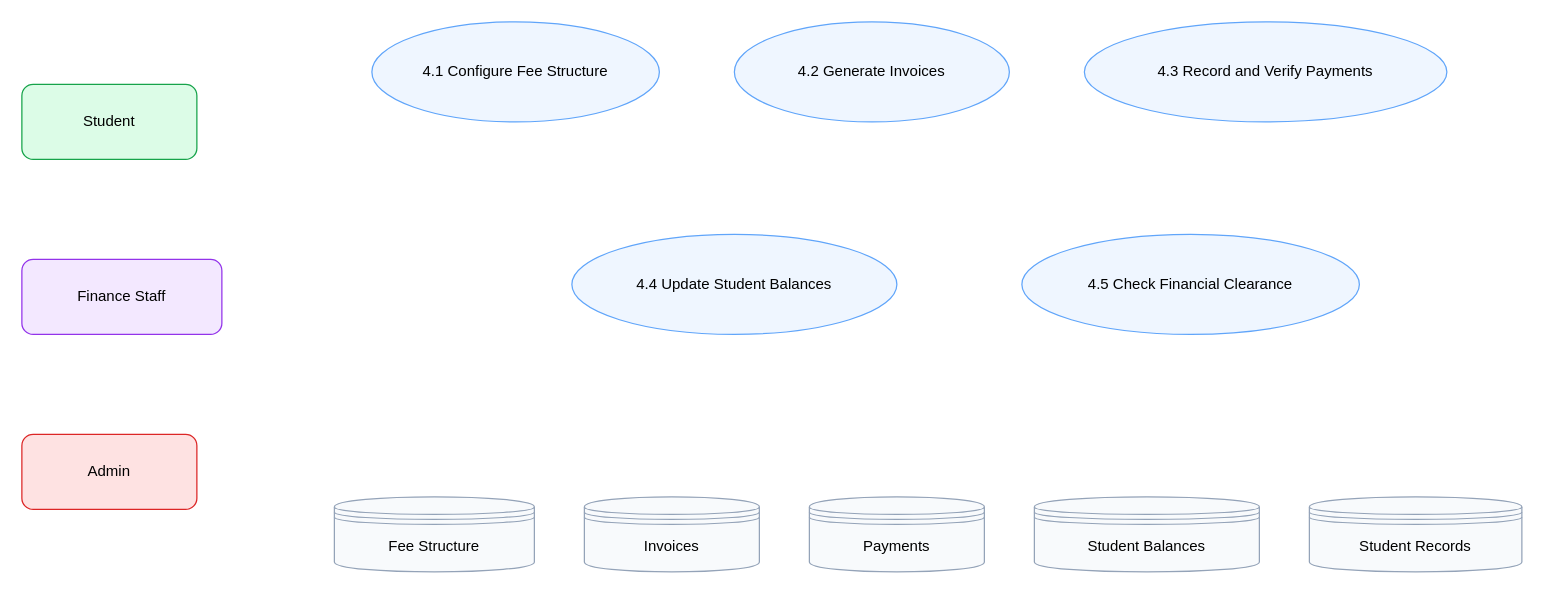
The draw.io diagram docs/diagrams/smns-dfd-level-2-finance.drawio in AROSOFTio/smns, before the edit. Source tidied: cells renumbered, new cells numbered last; positions are measured from the earlier drawing's top-left corner, leaving out a move shared by most shapes. Both pictures are drawn from the tidied source at 125%, with x=0, y=0 at pixel (21, 21).
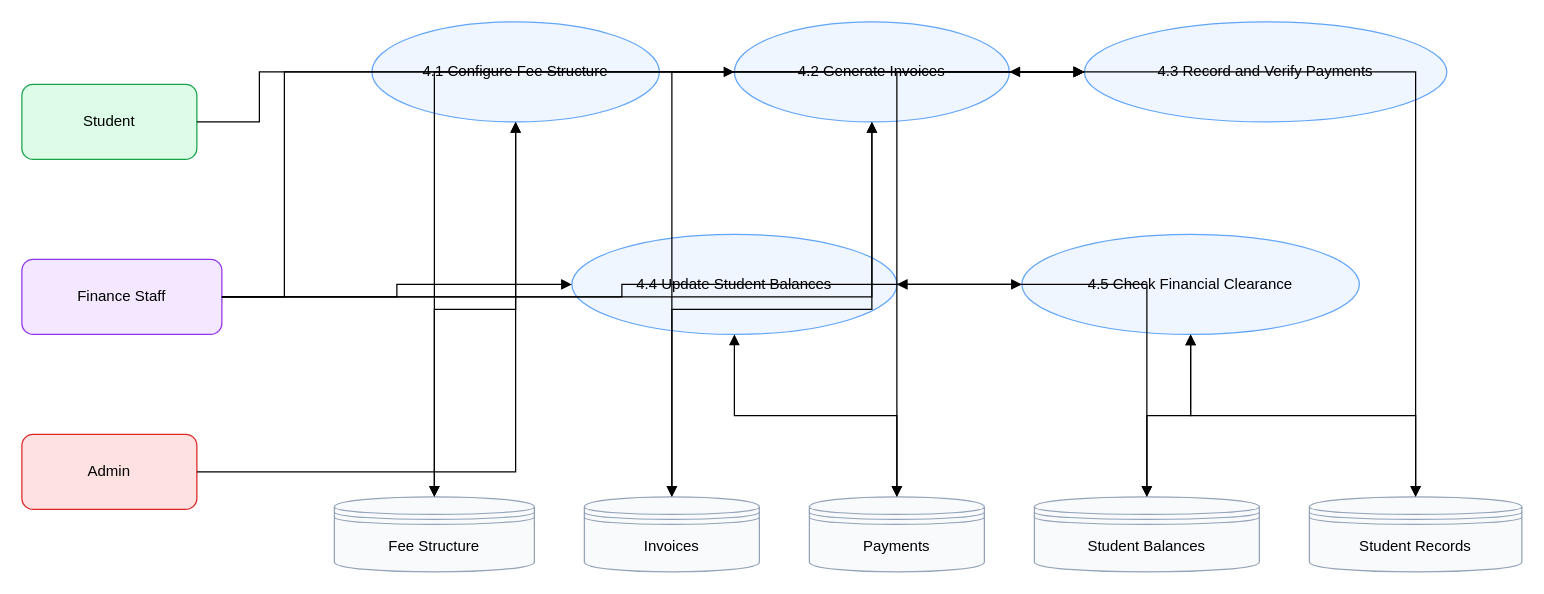
Above is the later version.

Unchanged cells that the change refers to:
```xml
<mxCell id="2" value="Student" style="rounded=1;whiteSpace=wrap;html=1;fillColor=#dcfce7;strokeColor=#16a34a;" parent="1" vertex="1">
  <mxGeometry y="50" width="140" height="60" as="geometry" />
</mxCell>
<mxCell id="3" value="Finance Staff" style="rounded=1;whiteSpace=wrap;html=1;fillColor=#f3e8ff;strokeColor=#9333ea;" parent="1" vertex="1">
  <mxGeometry y="190" width="160" height="60" as="geometry" />
</mxCell>
<mxCell id="4" value="Admin" style="rounded=1;whiteSpace=wrap;html=1;fillColor=#fee2e2;strokeColor=#dc2626;" parent="1" vertex="1">
  <mxGeometry y="330" width="140" height="60" as="geometry" />
</mxCell>
<mxCell id="5" value="4.1 Configure Fee Structure" style="ellipse;whiteSpace=wrap;html=1;fillColor=#eff6ff;strokeColor=#60a5fa;" parent="1" vertex="1">
  <mxGeometry x="280" width="230" height="80" as="geometry" />
</mxCell>
<mxCell id="6" value="4.2 Generate Invoices" style="ellipse;whiteSpace=wrap;html=1;fillColor=#eff6ff;strokeColor=#60a5fa;" parent="1" vertex="1">
  <mxGeometry x="570" width="220" height="80" as="geometry" />
</mxCell>
<mxCell id="7" value="4.3 Record and Verify Payments" style="ellipse;whiteSpace=wrap;html=1;fillColor=#eff6ff;strokeColor=#60a5fa;" parent="1" vertex="1">
  <mxGeometry x="850" width="290" height="80" as="geometry" />
</mxCell>
<mxCell id="8" value="4.4 Update Student Balances" style="ellipse;whiteSpace=wrap;html=1;fillColor=#eff6ff;strokeColor=#60a5fa;" parent="1" vertex="1">
  <mxGeometry x="440" y="170" width="260" height="80" as="geometry" />
</mxCell>
<mxCell id="9" value="4.5 Check Financial Clearance" style="ellipse;whiteSpace=wrap;html=1;fillColor=#eff6ff;strokeColor=#60a5fa;" parent="1" vertex="1">
  <mxGeometry x="800" y="170" width="270" height="80" as="geometry" />
</mxCell>
<mxCell id="10" value="Fee Structure" style="shape=datastore;whiteSpace=wrap;html=1;fillColor=#f8fafc;strokeColor=#94a3b8;" parent="1" vertex="1">
  <mxGeometry x="250" y="380" width="160" height="60" as="geometry" />
</mxCell>
<mxCell id="11" value="Invoices" style="shape=datastore;whiteSpace=wrap;html=1;fillColor=#f8fafc;strokeColor=#94a3b8;" parent="1" vertex="1">
  <mxGeometry x="450" y="380" width="140" height="60" as="geometry" />
</mxCell>
<mxCell id="12" value="Payments" style="shape=datastore;whiteSpace=wrap;html=1;fillColor=#f8fafc;strokeColor=#94a3b8;" parent="1" vertex="1">
  <mxGeometry x="630" y="380" width="140" height="60" as="geometry" />
</mxCell>
<mxCell id="13" value="Student Balances" style="shape=datastore;whiteSpace=wrap;html=1;fillColor=#f8fafc;strokeColor=#94a3b8;" parent="1" vertex="1">
  <mxGeometry x="810" y="380" width="180" height="60" as="geometry" />
</mxCell>
<mxCell id="14" value="Student Records" style="shape=datastore;whiteSpace=wrap;html=1;fillColor=#f8fafc;strokeColor=#94a3b8;" parent="1" vertex="1">
  <mxGeometry x="1030" y="380" width="170" height="60" as="geometry" />
</mxCell>
```

Diff of the diagram source:
```diff
@@
+    <mxCell id="15" style="edgeStyle=orthogonalEdgeStyle;rounded=0;html=1;endArrow=block;" parent="1" edge="1" source="4" target="5">
+      <mxGeometry relative="1" as="geometry" />
+    </mxCell>
+    <mxCell id="16" style="edgeStyle=orthogonalEdgeStyle;rounded=0;html=1;endArrow=block;" parent="1" edge="1" source="3" target="6">
+      <mxGeometry relative="1" as="geometry" />
+    </mxCell>
+    <mxCell id="17" style="edgeStyle=orthogonalEdgeStyle;rounded=0;html=1;endArrow=block;" parent="1" edge="1" source="3" target="7">
+      <mxGeometry relative="1" as="geometry">
+        <Array as="points">
+          <mxPoint x="210" y="220" />
+          <mxPoint x="210" y="40" />
+        </Array>
+      </mxGeometry>
+    </mxCell>
+    <mxCell id="18" style="edgeStyle=orthogonalEdgeStyle;rounded=0;html=1;endArrow=block;" parent="1" edge="1" source="2" target="7">
+      <mxGeometry relative="1" as="geometry">
+        <Array as="points">
+          <mxPoint x="190" y="80" />
+          <mxPoint x="190" y="40" />
+        </Array>
+      </mxGeometry>
+    </mxCell>
+    <mxCell id="19" style="edgeStyle=orthogonalEdgeStyle;rounded=0;html=1;endArrow=block;" parent="1" edge="1" source="3" target="8">
+      <mxGeometry relative="1" as="geometry" />
+    </mxCell>
+    <mxCell id="20" style="edgeStyle=orthogonalEdgeStyle;rounded=0;html=1;endArrow=block;" parent="1" edge="1" source="3" target="9">
+      <mxGeometry relative="1" as="geometry" />
+    </mxCell>
+    <mxCell id="21" style="edgeStyle=orthogonalEdgeStyle;rounded=0;html=1;endArrow=block;startArrow=block;" parent="1" edge="1" source="5" target="10">
+      <mxGeometry relative="1" as="geometry" />
+    </mxCell>
+    <mxCell id="22" style="edgeStyle=orthogonalEdgeStyle;rounded=0;html=1;endArrow=block;startArrow=block;" parent="1" edge="1" source="6" target="10">
+      <mxGeometry relative="1" as="geometry" />
+    </mxCell>
+    <mxCell id="23" style="edgeStyle=orthogonalEdgeStyle;rounded=0;html=1;endArrow=block;startArrow=block;" parent="1" edge="1" source="6" target="11">
+      <mxGeometry relative="1" as="geometry" />
+    </mxCell>
+    <mxCell id="24" style="edgeStyle=orthogonalEdgeStyle;rounded=0;html=1;endArrow=block;startArrow=block;" parent="1" edge="1" source="6" target="14">
+      <mxGeometry relative="1" as="geometry" />
+    </mxCell>
+    <mxCell id="25" style="edgeStyle=orthogonalEdgeStyle;rounded=0;html=1;endArrow=block;startArrow=block;" parent="1" edge="1" source="7" target="12">
+      <mxGeometry relative="1" as="geometry" />
+    </mxCell>
+    <mxCell id="26" style="edgeStyle=orthogonalEdgeStyle;rounded=0;html=1;endArrow=block;startArrow=block;" parent="1" edge="1" source="7" target="11">
+      <mxGeometry relative="1" as="geometry" />
+    </mxCell>
+    <mxCell id="27" style="edgeStyle=orthogonalEdgeStyle;rounded=0;html=1;endArrow=block;startArrow=block;" parent="1" edge="1" source="8" target="12">
+      <mxGeometry relative="1" as="geometry" />
+    </mxCell>
+    <mxCell id="28" style="edgeStyle=orthogonalEdgeStyle;rounded=0;html=1;endArrow=block;startArrow=block;" parent="1" edge="1" source="8" target="13">
+      <mxGeometry relative="1" as="geometry" />
+    </mxCell>
+    <mxCell id="29" style="edgeStyle=orthogonalEdgeStyle;rounded=0;html=1;endArrow=block;startArrow=block;" parent="1" edge="1" source="9" target="13">
+      <mxGeometry relative="1" as="geometry" />
+    </mxCell>
+    <mxCell id="30" style="edgeStyle=orthogonalEdgeStyle;rounded=0;html=1;endArrow=block;startArrow=block;" parent="1" edge="1" source="9" target="14">
+      <mxGeometry relative="1" as="geometry" />
+    </mxCell>
```
